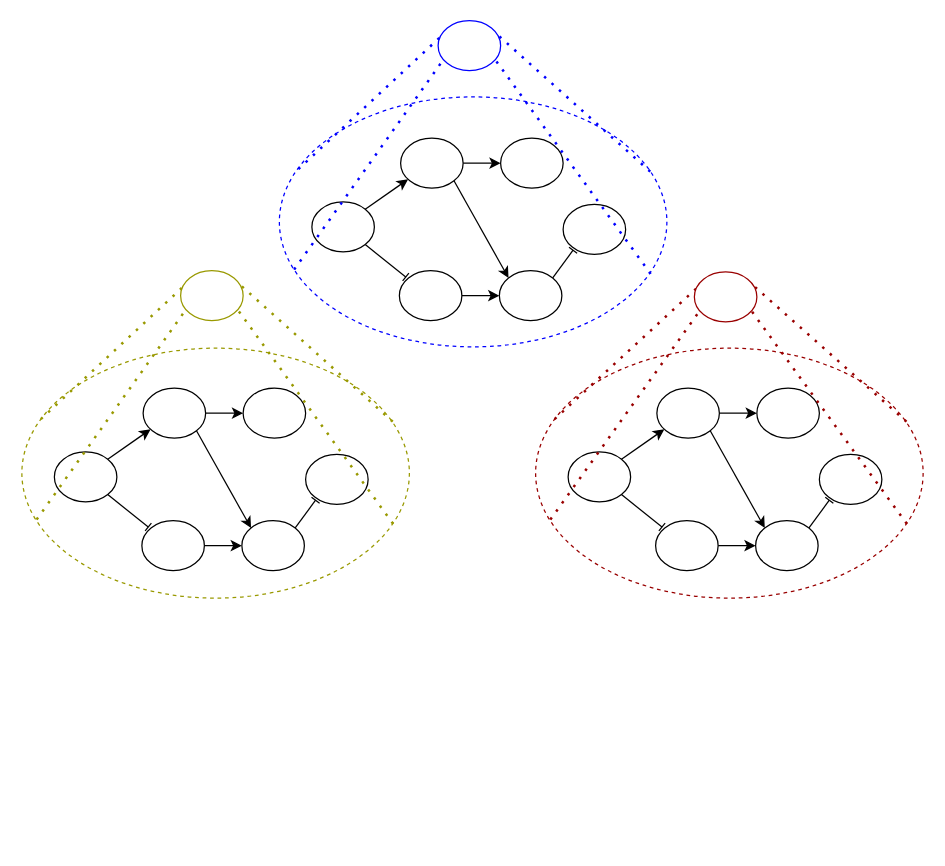
This is docs/MAS1.drawio from josura/c2c-sepia, a draw.io file, before an edit. Source tidied: cells renumbered, new cells numbered last; positions are measured from the earlier drawing's top-left corner, leaving out a move shared by most shapes. Both pictures are drawn from the tidied source at 125%, with x=0, y=0 at pixel (21, 20).
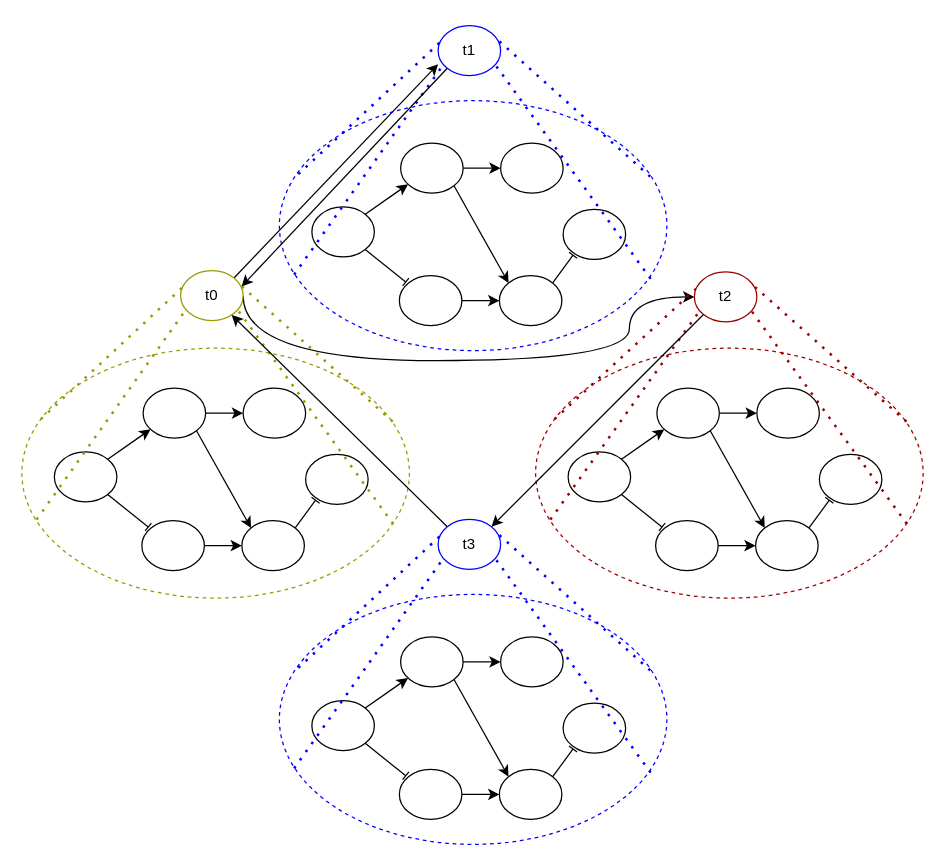
The same diagram, later.

Change to the diagram source:
```diff
@@
+    <mxCell id="56" style="edgeStyle=none;rounded=0;jettySize=auto;html=1;exitX=1;exitY=0;exitDx=0;exitDy=0;entryX=0;entryY=0.771;entryDx=0;entryDy=0;entryPerimeter=0;" parent="1" edge="1" source="18" target="54">
+      <mxGeometry relative="1" as="geometry" />
+    </mxCell>
+    <mxCell id="57" style="edgeStyle=orthogonalEdgeStyle;rounded=0;jettySize=auto;html=1;exitX=1;exitY=0.5;exitDx=0;exitDy=0;curved=1;entryX=0;entryY=0.5;entryDx=0;entryDy=0;" parent="1" edge="1" source="18" target="36">
+      <mxGeometry relative="1" as="geometry">
+        <Array as="points">
+          <mxPoint x="177" y="272" />
+          <mxPoint x="486" y="272" />
+          <mxPoint x="486" y="221" />
+        </Array>
+      </mxGeometry>
+    </mxCell>
-    <mxCell id="18" style="ellipse;whiteSpace=wrap;html=1;strokeColor=#999900;" parent="1" vertex="1">
+    <mxCell id="18" value="t0" style="ellipse;whiteSpace=wrap;html=1;strokeColor=#999900;" parent="1" vertex="1">
       <mxGeometry x="127" y="200" width="50" height="40" as="geometry" />
     </mxCell>
@@
+    <mxCell id="58" style="edgeStyle=none;rounded=0;jettySize=auto;html=1;exitX=0;exitY=1;exitDx=0;exitDy=0;entryX=1;entryY=0;entryDx=0;entryDy=0;" parent="1" edge="1" source="36" target="77">
+      <mxGeometry relative="1" as="geometry" />
+    </mxCell>
-    <mxCell id="36" style="ellipse;whiteSpace=wrap;html=1;strokeColor=#990000;" parent="1" vertex="1">
+    <mxCell id="36" value="t2" style="ellipse;whiteSpace=wrap;html=1;strokeColor=#990000;" parent="1" vertex="1">
       <mxGeometry x="538" y="201" width="50" height="40" as="geometry" />
     </mxCell>
@@
     <mxCell id="38" style="ellipse;whiteSpace=wrap;html=1;dashed=1;fillColor=none;strokeColor=#0000FF;" parent="1" vertex="1">
-      <mxGeometry x="206" y="61" width="310" height="200" as="geometry" />
+      <mxGeometry x="206" y="64" width="310" height="200" as="geometry" />
     </mxCell>
@@
     <mxCell id="41" style="ellipse;whiteSpace=wrap;html=1;" parent="1" vertex="1">
-      <mxGeometry x="232" y="145" width="50" height="40" as="geometry" />
+      <mxGeometry x="232" y="149" width="50" height="40" as="geometry" />
     </mxCell>
@@
     <mxCell id="44" style="ellipse;whiteSpace=wrap;html=1;" parent="1" vertex="1">
-      <mxGeometry x="303" y="94" width="50" height="40" as="geometry" />
+      <mxGeometry x="303" y="98" width="50" height="40" as="geometry" />
     </mxCell>
@@
     <mxCell id="46" style="ellipse;whiteSpace=wrap;html=1;" parent="1" vertex="1">
-      <mxGeometry x="302" y="200" width="50" height="40" as="geometry" />
+      <mxGeometry x="302" y="204" width="50" height="40" as="geometry" />
     </mxCell>
@@
     <mxCell id="48" style="ellipse;whiteSpace=wrap;html=1;" parent="1" vertex="1">
-      <mxGeometry x="382" y="200" width="50" height="40" as="geometry" />
+      <mxGeometry x="382" y="204" width="50" height="40" as="geometry" />
     </mxCell>
     <mxCell id="49" style="ellipse;whiteSpace=wrap;html=1;" parent="1" vertex="1">
-      <mxGeometry x="383" y="94" width="50" height="40" as="geometry" />
+      <mxGeometry x="383" y="98" width="50" height="40" as="geometry" />
     </mxCell>
     <mxCell id="50" style="ellipse;whiteSpace=wrap;html=1;" parent="1" vertex="1">
-      <mxGeometry x="433" y="147" width="50" height="40" as="geometry" />
+      <mxGeometry x="433" y="151" width="50" height="40" as="geometry" />
     </mxCell>
     <mxCell id="51" style="endArrow=none;dashed=1;html=1;dashPattern=1 3;strokeWidth=2;rounded=0;exitX=0.038;exitY=0.686;exitDx=0;exitDy=0;exitPerimeter=0;entryX=0.078;entryY=0.791;entryDx=0;entryDy=0;entryPerimeter=0;strokeColor=#0000FF;" parent="1" edge="1" target="54">
       <mxGeometry relative="1" as="geometry">
-        <mxPoint x="217.8" y="199.2" as="sourcePoint" />
+        <mxPoint x="217.8" y="203.2" as="sourcePoint" />
       </mxGeometry>
     </mxCell>
     <mxCell id="52" style="endArrow=none;dashed=1;html=1;dashPattern=1 3;strokeWidth=2;rounded=0;exitX=0.957;exitY=0.294;exitDx=0;exitDy=0;exitPerimeter=0;entryX=0.965;entryY=0.298;entryDx=0;entryDy=0;entryPerimeter=0;strokeColor=#0000FF;" parent="1" edge="1" target="54">
       <mxGeometry relative="1" as="geometry">
-        <mxPoint x="502.7" y="120.8" as="sourcePoint" />
+        <mxPoint x="502.7" y="124.8" as="sourcePoint" />
       </mxGeometry>
     </mxCell>
     <mxCell id="53" style="endArrow=none;dashed=1;html=1;dashPattern=1 3;strokeWidth=2;rounded=0;exitX=0.049;exitY=0.284;exitDx=0;exitDy=0;exitPerimeter=0;entryX=0.053;entryY=0.307;entryDx=0;entryDy=0;entryPerimeter=0;strokeColor=#0000FF;" parent="1" edge="1" target="54">
       <mxGeometry relative="1" as="geometry">
-        <mxPoint x="221.2" y="118.8" as="sourcePoint" />
+        <mxPoint x="221.2" y="122.8" as="sourcePoint" />
       </mxGeometry>
     </mxCell>
+    <mxCell id="59" style="edgeStyle=none;rounded=0;jettySize=auto;html=1;exitX=0;exitY=1;exitDx=0;exitDy=0;entryX=0.976;entryY=0.315;entryDx=0;entryDy=0;entryPerimeter=0;" parent="1" edge="1" source="54" target="18">
+      <mxGeometry relative="1" as="geometry" />
+    </mxCell>
-    <mxCell id="54" style="ellipse;whiteSpace=wrap;html=1;strokeColor=#0000FF;" parent="1" vertex="1">
-      <mxGeometry x="333" width="50" height="40" as="geometry" />
+    <mxCell id="54" value="t1" style="ellipse;whiteSpace=wrap;html=1;strokeColor=#0000FF;" parent="1" vertex="1">
+      <mxGeometry x="333" y="4" width="50" height="40" as="geometry" />
     </mxCell>
     <mxCell id="55" style="endArrow=none;dashed=1;html=1;dashPattern=1 3;strokeWidth=2;rounded=0;exitX=0.958;exitY=0.703;exitDx=0;exitDy=0;exitPerimeter=0;entryX=0.916;entryY=0.786;entryDx=0;entryDy=0;entryPerimeter=0;strokeColor=#0000FF;" parent="1" edge="1" target="54">
       <mxGeometry relative="1" as="geometry">
-        <mxPoint x="503" y="202.6" as="sourcePoint" />
+        <mxPoint x="503" y="206.6" as="sourcePoint" />
       </mxGeometry>
     </mxCell>
+    <mxCell id="60" style="ellipse;whiteSpace=wrap;html=1;dashed=1;fillColor=none;strokeColor=#0000FF;" parent="1" vertex="1">
+      <mxGeometry x="206" y="459" width="310" height="200" as="geometry" />
+    </mxCell>
+    <mxCell id="61" style="edgeStyle=none;rounded=0;jettySize=auto;html=1;exitX=1;exitY=1;exitDx=0;exitDy=0;endArrow=baseDash;endFill=0;entryX=0.102;entryY=0.129;entryDx=0;entryDy=0;entryPerimeter=0;" parent="1" edge="1" source="63" target="68">
+      <mxGeometry relative="1" as="geometry" />
+    </mxCell>
+    <mxCell id="62" style="edgeStyle=none;rounded=0;jettySize=auto;html=1;exitX=1;exitY=0;exitDx=0;exitDy=0;" parent="1" edge="1" source="63" target="66">
+      <mxGeometry relative="1" as="geometry" />
+    </mxCell>
+    <mxCell id="63" style="ellipse;whiteSpace=wrap;html=1;" parent="1" vertex="1">
+      <mxGeometry x="232" y="544" width="50" height="40" as="geometry" />
+    </mxCell>
+    <mxCell id="64" style="edgeStyle=none;rounded=0;jettySize=auto;html=1;exitX=1;exitY=0.5;exitDx=0;exitDy=0;entryX=0;entryY=0.5;entryDx=0;entryDy=0;" parent="1" edge="1" source="66" target="71">
+      <mxGeometry relative="1" as="geometry" />
+    </mxCell>
+    <mxCell id="65" style="edgeStyle=none;rounded=0;jettySize=auto;html=1;exitX=1;exitY=1;exitDx=0;exitDy=0;entryX=0;entryY=0;entryDx=0;entryDy=0;" parent="1" edge="1" source="66" target="70">
+      <mxGeometry relative="1" as="geometry" />
+    </mxCell>
+    <mxCell id="66" style="ellipse;whiteSpace=wrap;html=1;" parent="1" vertex="1">
+      <mxGeometry x="303" y="493" width="50" height="40" as="geometry" />
+    </mxCell>
+    <mxCell id="67" style="edgeStyle=none;rounded=0;jettySize=auto;html=1;exitX=1;exitY=0.5;exitDx=0;exitDy=0;" parent="1" edge="1" source="68" target="70">
+      <mxGeometry relative="1" as="geometry" />
+    </mxCell>
+    <mxCell id="68" style="ellipse;whiteSpace=wrap;html=1;" parent="1" vertex="1">
+      <mxGeometry x="302" y="599" width="50" height="40" as="geometry" />
+    </mxCell>
+    <mxCell id="69" style="edgeStyle=none;rounded=0;jettySize=auto;html=1;exitX=1;exitY=0;exitDx=0;exitDy=0;entryX=0.159;entryY=0.917;entryDx=0;entryDy=0;endArrow=baseDash;endFill=0;entryPerimeter=0;" parent="1" edge="1" source="70" target="72">
+      <mxGeometry relative="1" as="geometry" />
+    </mxCell>
+    <mxCell id="70" style="ellipse;whiteSpace=wrap;html=1;" parent="1" vertex="1">
+      <mxGeometry x="382" y="599" width="50" height="40" as="geometry" />
+    </mxCell>
+    <mxCell id="71" style="ellipse;whiteSpace=wrap;html=1;" parent="1" vertex="1">
+      <mxGeometry x="383" y="493" width="50" height="40" as="geometry" />
+    </mxCell>
+    <mxCell id="72" style="ellipse;whiteSpace=wrap;html=1;" parent="1" vertex="1">
+      <mxGeometry x="433" y="546" width="50" height="40" as="geometry" />
+    </mxCell>
+    <mxCell id="73" style="endArrow=none;dashed=1;html=1;dashPattern=1 3;strokeWidth=2;rounded=0;exitX=0.038;exitY=0.686;exitDx=0;exitDy=0;exitPerimeter=0;entryX=0.078;entryY=0.791;entryDx=0;entryDy=0;entryPerimeter=0;strokeColor=#0000FF;" parent="1" edge="1" target="77">
+      <mxGeometry relative="1" as="geometry">
+        <mxPoint x="217.8" y="598.2" as="sourcePoint" />
+      </mxGeometry>
+    </mxCell>
+    <mxCell id="74" style="endArrow=none;dashed=1;html=1;dashPattern=1 3;strokeWidth=2;rounded=0;exitX=0.957;exitY=0.294;exitDx=0;exitDy=0;exitPerimeter=0;entryX=0.965;entryY=0.298;entryDx=0;entryDy=0;entryPerimeter=0;strokeColor=#0000FF;" parent="1" edge="1" target="77">
+      <mxGeometry relative="1" as="geometry">
+        <mxPoint x="502.7" y="519.8" as="sourcePoint" />
+      </mxGeometry>
+    </mxCell>
+    <mxCell id="75" style="endArrow=none;dashed=1;html=1;dashPattern=1 3;strokeWidth=2;rounded=0;exitX=0.049;exitY=0.284;exitDx=0;exitDy=0;exitPerimeter=0;entryX=0.053;entryY=0.307;entryDx=0;entryDy=0;entryPerimeter=0;strokeColor=#0000FF;" parent="1" edge="1" target="77">
+      <mxGeometry relative="1" as="geometry">
+        <mxPoint x="221.2" y="517.8" as="sourcePoint" />
+      </mxGeometry>
+    </mxCell>
+    <mxCell id="76" style="edgeStyle=none;rounded=0;jettySize=auto;html=1;exitX=0;exitY=0;exitDx=0;exitDy=0;" parent="1" edge="1" source="77" target="18">
+      <mxGeometry relative="1" as="geometry" />
+    </mxCell>
+    <mxCell id="77" value="t3" style="ellipse;whiteSpace=wrap;html=1;strokeColor=#0000FF;" parent="1" vertex="1">
+      <mxGeometry x="333" y="399" width="50" height="40" as="geometry" />
+    </mxCell>
+    <mxCell id="78" style="endArrow=none;dashed=1;html=1;dashPattern=1 3;strokeWidth=2;rounded=0;exitX=0.958;exitY=0.703;exitDx=0;exitDy=0;exitPerimeter=0;entryX=0.916;entryY=0.786;entryDx=0;entryDy=0;entryPerimeter=0;strokeColor=#0000FF;" parent="1" edge="1" target="77">
+      <mxGeometry relative="1" as="geometry">
+        <mxPoint x="503" y="601.6" as="sourcePoint" />
+      </mxGeometry>
+    </mxCell>
```
